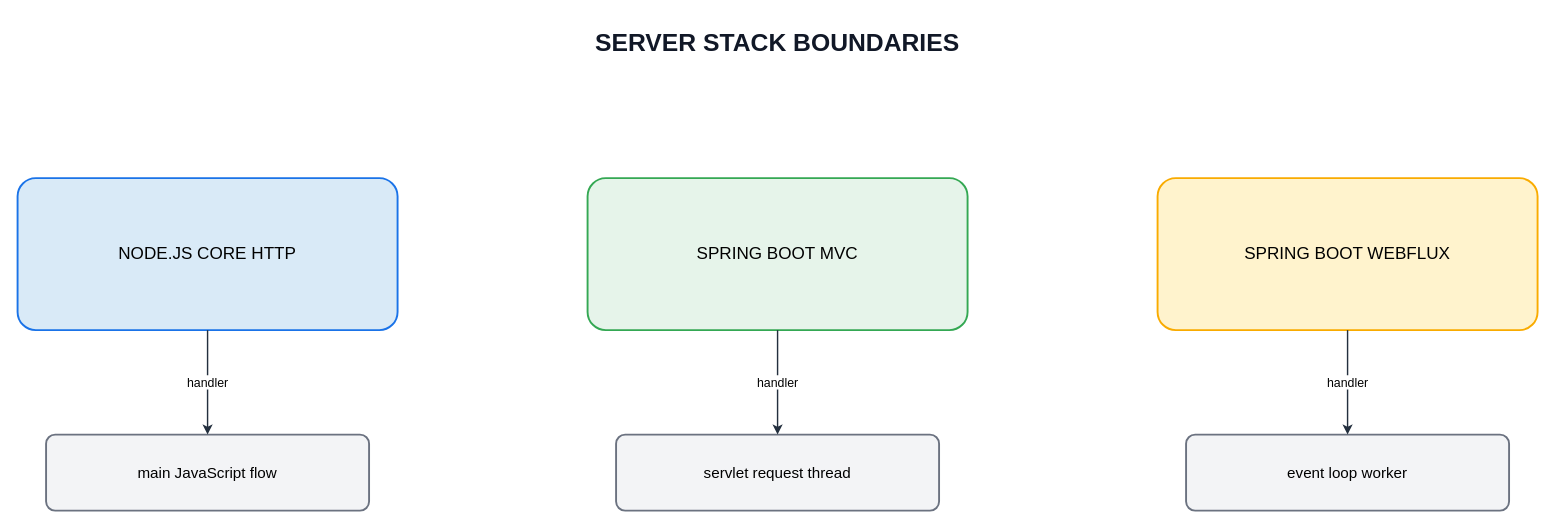
Earlier version of the draw.io diagram assets/img/server/nodejs-spring-server-stacks.drawio (KKamJi98/kkamji98.github.io). Source tidied: cells renumbered, new cells numbered last; positions are measured from the earlier drawing's top-left corner, leaving out a move shared by most shapes. Both pictures are drawn from the tidied source at 95%, with x=0, y=0 at pixel (17, 16).
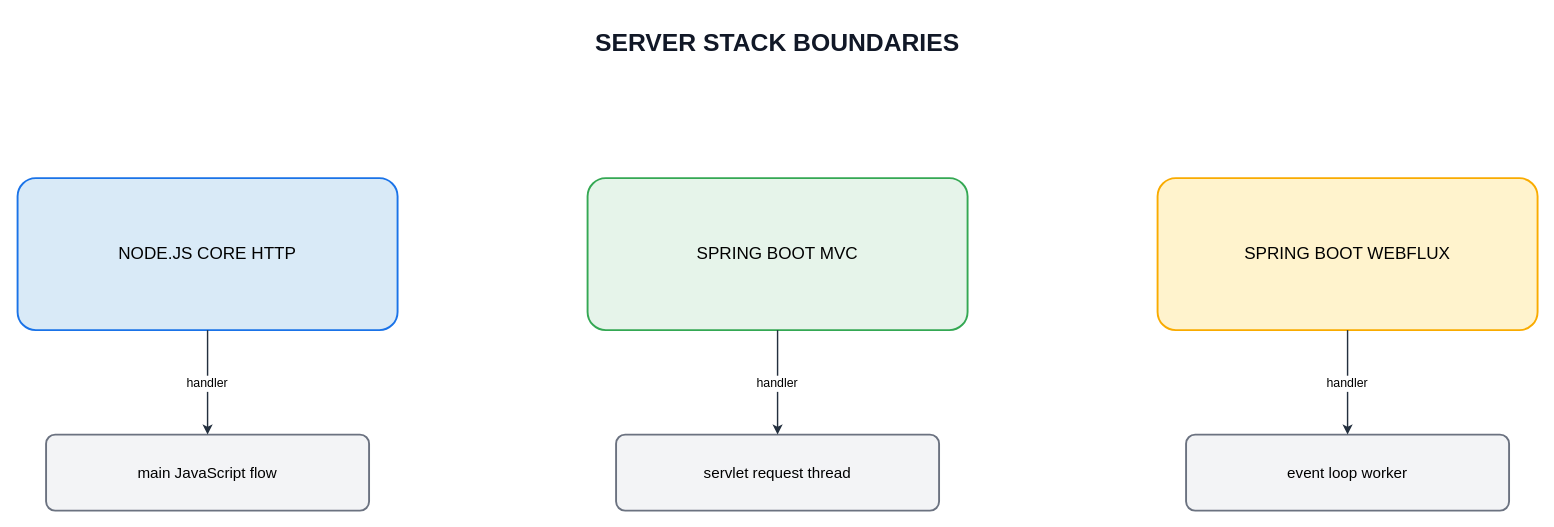
The same diagram, later.

Diff of the diagram source:
```diff
@@
 <mxGraphModel>
   <root>
     <mxCell id="0" />
     <mxCell id="1" parent="0" />
     <mxCell id="2" value="SERVER STACK BOUNDARIES" style="fillColor=none;strokeColor=none;fontColor=#111827;fontSize=26;fontStyle=1;align=center;verticalAlign=middle;" parent="1" vertex="1">
       <mxGeometry x="460" width="680" height="50" as="geometry" />
     </mxCell>
     <mxCell id="3" value="NODE.JS CORE HTTP" style="rounded=1;arcSize=12;whiteSpace=wrap;html=1;fillColor=#D9EAF7;strokeColor=#1A73E8;strokeWidth=2;fontColor=#000000;fontSize=18;align=center;verticalAlign=middle;" parent="1" vertex="1">
       <mxGeometry y="170" width="400" height="160" as="geometry" />
     </mxCell>
     <mxCell id="4" value="SPRING BOOT MVC" style="rounded=1;arcSize=12;whiteSpace=wrap;html=1;fillColor=#E6F4EA;strokeColor=#34A853;strokeWidth=2;fontColor=#000000;fontSize=18;align=center;verticalAlign=middle;" parent="1" vertex="1">
       <mxGeometry x="600" y="170" width="400" height="160" as="geometry" />
     </mxCell>
     <mxCell id="5" value="SPRING BOOT WEBFLUX" style="rounded=1;arcSize=12;whiteSpace=wrap;html=1;fillColor=#FFF3CD;strokeColor=#F9AB00;strokeWidth=2;fontColor=#000000;fontSize=18;align=center;verticalAlign=middle;" parent="1" vertex="1">
       <mxGeometry x="1200" y="170" width="400" height="160" as="geometry" />
     </mxCell>
     <mxCell id="6" value="main JavaScript flow" style="rounded=1;arcSize=12;whiteSpace=wrap;html=1;fillColor=#F3F4F6;strokeColor=#6B7280;strokeWidth=2;fontColor=#000000;fontSize=16;align=center;verticalAlign=middle;" parent="1" vertex="1">
       <mxGeometry x="30" y="440" width="340" height="80" as="geometry" />
     </mxCell>
     <mxCell id="7" value="servlet request thread" style="rounded=1;arcSize=12;whiteSpace=wrap;html=1;fillColor=#F3F4F6;strokeColor=#6B7280;strokeWidth=2;fontColor=#000000;fontSize=16;align=center;verticalAlign=middle;" parent="1" vertex="1">
       <mxGeometry x="630" y="440" width="340" height="80" as="geometry" />
     </mxCell>
     <mxCell id="8" value="event loop worker" style="rounded=1;arcSize=12;whiteSpace=wrap;html=1;fillColor=#F3F4F6;strokeColor=#6B7280;strokeWidth=2;fontColor=#000000;fontSize=16;align=center;verticalAlign=middle;" parent="1" vertex="1">
       <mxGeometry x="1230" y="440" width="340" height="80" as="geometry" />
     </mxCell>
-    <mxCell id="9" value="handler" style="edgeStyle=orthogonalEdgeStyle;rounded=0;html=1;strokeColor=#232F3E;strokeWidth=1.5;fontColor=#000000;fontSize=13;labelBackgroundColor=#FFFFFF;exitX=0.5;exitY=1;entryX=0.5;entryY=0;" parent="1" edge="1" source="3" target="6">
+    <mxCell id="9" value="handler" style="edgeStyle=orthogonalEdgeStyle;rounded=0;html=0;strokeColor=#232F3E;strokeWidth=1.5;fontColor=#000000;fontSize=13;labelBackgroundColor=#FFFFFF;exitX=0.5;exitY=1;entryX=0.5;entryY=0;" parent="1" edge="1" source="3" target="6">
       <mxGeometry relative="1" as="geometry" />
     </mxCell>
-    <mxCell id="10" value="handler" style="edgeStyle=orthogonalEdgeStyle;rounded=0;html=1;strokeColor=#232F3E;strokeWidth=1.5;fontColor=#000000;fontSize=13;labelBackgroundColor=#FFFFFF;exitX=0.5;exitY=1;entryX=0.5;entryY=0;" parent="1" edge="1" source="4" target="7">
+    <mxCell id="10" value="handler" style="edgeStyle=orthogonalEdgeStyle;rounded=0;html=0;strokeColor=#232F3E;strokeWidth=1.5;fontColor=#000000;fontSize=13;labelBackgroundColor=#FFFFFF;exitX=0.5;exitY=1;entryX=0.5;entryY=0;" parent="1" edge="1" source="4" target="7">
       <mxGeometry relative="1" as="geometry" />
     </mxCell>
-    <mxCell id="11" value="handler" style="edgeStyle=orthogonalEdgeStyle;rounded=0;html=1;strokeColor=#232F3E;strokeWidth=1.5;fontColor=#000000;fontSize=13;labelBackgroundColor=#FFFFFF;exitX=0.5;exitY=1;entryX=0.5;entryY=0;" parent="1" edge="1" source="5" target="8">
+    <mxCell id="11" value="handler" style="edgeStyle=orthogonalEdgeStyle;rounded=0;html=0;strokeColor=#232F3E;strokeWidth=1.5;fontColor=#000000;fontSize=13;labelBackgroundColor=#FFFFFF;exitX=0.5;exitY=1;entryX=0.5;entryY=0;" parent="1" edge="1" source="5" target="8">
       <mxGeometry relative="1" as="geometry" />
     </mxCell>
   </root>
 </mxGraphModel>
```
